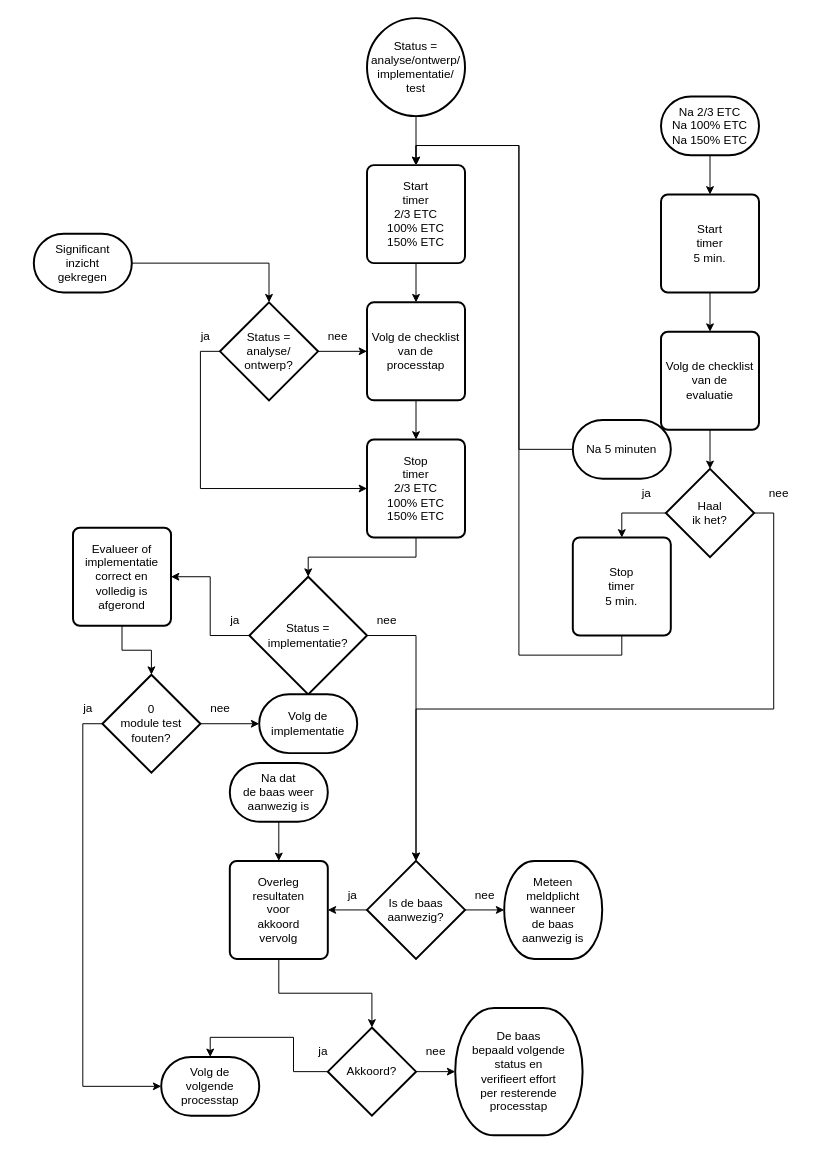
This is 2 Issue Tracker tijdtriggers.drawio from Zaibatsu89/IssueTracker, a draw.io file, before an edit. Source tidied: cells renumbered, new cells numbered last; positions are measured from the earlier drawing's top-left corner, leaving out a move shared by most shapes. Both pictures are drawn from the tidied source at 98%, with x=0, y=0 at pixel (33, 18).
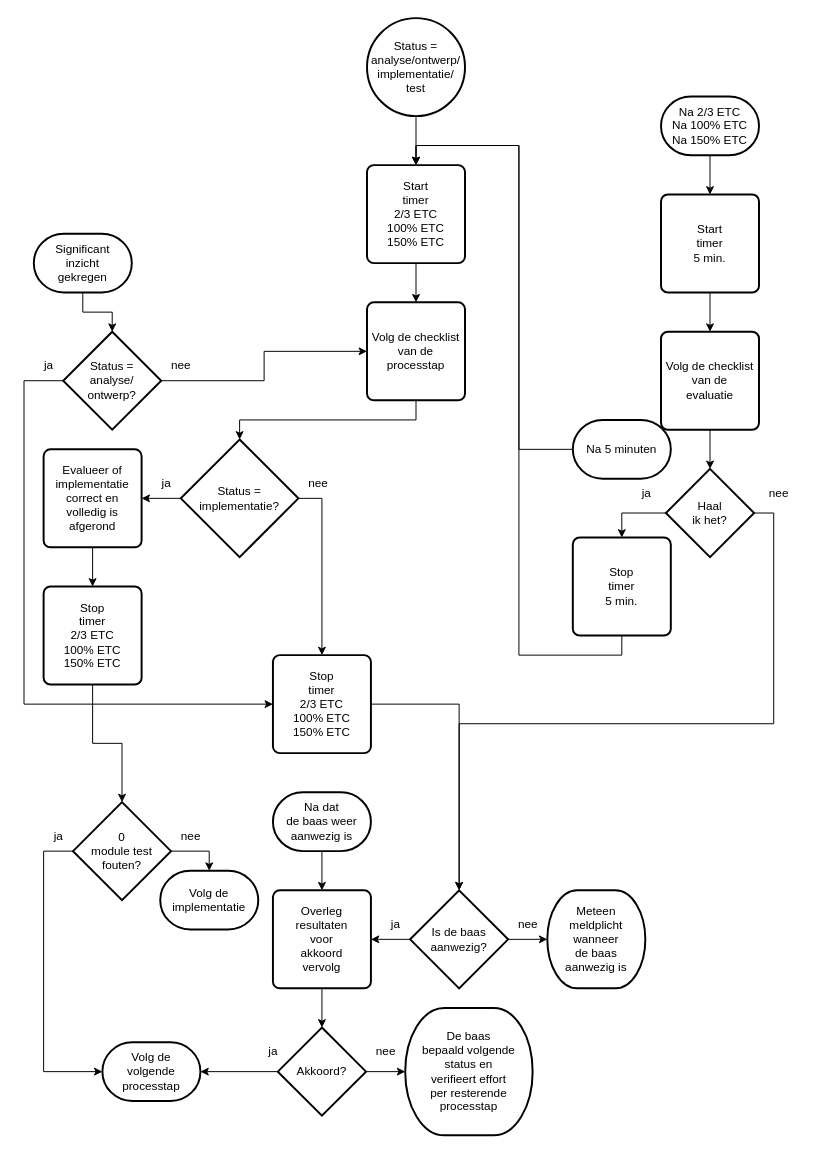
After the change.

Commit message:
flowchart: draai check en stop timer om

The change refers to these unchanged cells:
```xml
<mxCell id="7" value="Volg de checklist&lt;br&gt;van de&lt;br&gt;processtap" style="rounded=1;whiteSpace=wrap;html=1;absoluteArcSize=1;arcSize=14;strokeWidth=2;" parent="1" vertex="1">
  <mxGeometry x="340" y="290" width="100" height="100" as="geometry" />
</mxCell>
<mxCell id="43" value="Significant&lt;div&gt;inzicht&lt;/div&gt;&lt;div&gt;gekregen&lt;/div&gt;" style="strokeWidth=2;html=1;shape=mxgraph.flowchart.terminator;whiteSpace=wrap;" parent="1" vertex="1">
  <mxGeometry y="220" width="100" height="60" as="geometry" />
</mxCell>
```

What changed in the source:
```diff
@@
-    <mxCell id="6" style="edgeStyle=orthogonalEdgeStyle;rounded=0;jettySize=auto;html=1;" parent="1" edge="1" source="7" target="18">
-      <mxGeometry relative="1" as="geometry" />
-    </mxCell>
@@
     <mxCell id="8" value="Akkoord?" style="strokeWidth=2;html=1;shape=mxgraph.flowchart.decision;whiteSpace=wrap;" parent="1" vertex="1">
-      <mxGeometry x="300" y="1030" width="90" height="90" as="geometry" />
+      <mxGeometry x="249" y="1030" width="90" height="90" as="geometry" />
     </mxCell>
-    <mxCell id="9" style="edgeStyle=orthogonalEdgeStyle;rounded=0;jettySize=auto;html=1;exitX=0;exitY=0.5;exitDx=0;exitDy=0;exitPerimeter=0;entryX=0.5;entryY=0;entryDx=0;entryDy=0;entryPerimeter=0;" parent="1" edge="1" source="8" target="11">
-      <mxGeometry relative="1" as="geometry" />
-    </mxCell>
     <mxCell id="10" value="ja" style="text;html=1;align=center;verticalAlign=middle;strokeColor=none;fillColor=none;" parent="1" vertex="1">
-      <mxGeometry x="280" y="1040" width="30" height="30" as="geometry" />
+      <mxGeometry x="229" y="1040" width="30" height="30" as="geometry" />
     </mxCell>
     <mxCell id="11" value="Volg de&lt;br&gt;volgende&lt;br&gt;processtap" style="strokeWidth=2;html=1;shape=mxgraph.flowchart.terminator;whiteSpace=wrap;" parent="1" vertex="1">
-      <mxGeometry x="130" y="1060" width="100" height="60" as="geometry" />
+      <mxGeometry x="70" y="1045" width="100" height="60" as="geometry" />
     </mxCell>
     <mxCell id="12" value="De baas&lt;br&gt;bepaald volgende&lt;br&gt;status en&lt;br&gt;verifieert effort&lt;br&gt;per resterende&lt;br&gt;processtap" style="strokeWidth=2;html=1;shape=mxgraph.flowchart.terminator;whiteSpace=wrap;" parent="1" vertex="1">
-      <mxGeometry x="430" y="1010" width="130" height="130" as="geometry" />
+      <mxGeometry x="379" y="1010" width="130" height="130" as="geometry" />
     </mxCell>
     <mxCell id="13" value="nee" style="text;html=1;align=center;verticalAlign=middle;strokeColor=none;fillColor=none;" parent="1" vertex="1">
-      <mxGeometry x="390" y="1040" width="40" height="30" as="geometry" />
+      <mxGeometry x="339" y="1040" width="40" height="30" as="geometry" />
     </mxCell>
@@
     <mxCell id="18" value="Stop&lt;br&gt;timer&lt;br&gt;2/3 ETC&lt;br&gt;100% ETC&lt;br&gt;150% ETC" style="rounded=1;whiteSpace=wrap;html=1;absoluteArcSize=1;arcSize=14;strokeWidth=2;" parent="1" vertex="1">
-      <mxGeometry x="340" y="430" width="100" height="100" as="geometry" />
+      <mxGeometry x="244" y="650" width="100" height="100" as="geometry" />
     </mxCell>
@@
     <mxCell id="33" value="Is de baas&lt;br&gt;aanwezig?" style="strokeWidth=2;html=1;shape=mxgraph.flowchart.decision;whiteSpace=wrap;" parent="1" vertex="1">
-      <mxGeometry x="340" y="860" width="100" height="100" as="geometry" />
+      <mxGeometry x="384" y="890" width="100" height="100" as="geometry" />
     </mxCell>
     <mxCell id="34" value="Meteen&lt;br&gt;meldplicht&lt;br&gt;wanneer&lt;br&gt;de baas&lt;br&gt;aanwezig is" style="strokeWidth=2;html=1;shape=mxgraph.flowchart.terminator;whiteSpace=wrap;" parent="1" vertex="1">
-      <mxGeometry x="480" y="860" width="100" height="100" as="geometry" />
+      <mxGeometry x="524" y="890" width="100" height="100" as="geometry" />
     </mxCell>
     <mxCell id="35" value="ja" style="text;html=1;align=center;verticalAlign=middle;strokeColor=none;fillColor=none;" parent="1" vertex="1">
-      <mxGeometry x="310" y="880" width="30" height="30" as="geometry" />
+      <mxGeometry x="354" y="910" width="30" height="30" as="geometry" />
     </mxCell>
     <mxCell id="36" value="nee" style="text;html=1;align=center;verticalAlign=middle;strokeColor=none;fillColor=none;" parent="1" vertex="1">
-      <mxGeometry x="440" y="880" width="40" height="30" as="geometry" />
+      <mxGeometry x="484" y="910" width="40" height="30" as="geometry" />
     </mxCell>
@@
     <mxCell id="39" value="Na dat&lt;br&gt;de baas weer aanwezig is" style="strokeWidth=2;html=1;shape=mxgraph.flowchart.terminator;whiteSpace=wrap;" parent="1" vertex="1">
-      <mxGeometry x="200" y="760" width="100" height="60" as="geometry" />
+      <mxGeometry x="244" y="790" width="100" height="60" as="geometry" />
     </mxCell>
     <mxCell id="40" value="Overleg&lt;div&gt;resultaten&lt;/div&gt;&lt;div&gt;voor&lt;/div&gt;&lt;div&gt;akkoord&lt;/div&gt;&lt;div&gt;vervolg&lt;/div&gt;" style="rounded=1;whiteSpace=wrap;html=1;absoluteArcSize=1;arcSize=14;strokeWidth=2;" parent="1" vertex="1">
-      <mxGeometry x="200" y="860" width="100" height="100" as="geometry" />
+      <mxGeometry x="244" y="890" width="100" height="100" as="geometry" />
     </mxCell>
@@
     <mxCell id="44" style="edgeStyle=orthogonalEdgeStyle;rounded=0;jettySize=auto;html=1;exitX=0;exitY=0.5;exitDx=0;exitDy=0;exitPerimeter=0;entryX=0;entryY=0.5;entryDx=0;entryDy=0;" parent="1" edge="1" source="46" target="18">
-      <mxGeometry relative="1" as="geometry" />
+      <mxGeometry relative="1" as="geometry">
+        <Array as="points">
+          <mxPoint x="-10" y="370" />
+          <mxPoint x="-10" y="700" />
+        </Array>
+      </mxGeometry>
     </mxCell>
@@
     <mxCell id="46" value="Status =&lt;br&gt;analyse/&lt;br&gt;ontwerp?" style="strokeWidth=2;html=1;shape=mxgraph.flowchart.decision;whiteSpace=wrap;" parent="1" vertex="1">
-      <mxGeometry x="190" y="290" width="100" height="100" as="geometry" />
+      <mxGeometry x="30" y="320" width="100" height="100" as="geometry" />
     </mxCell>
-    <mxCell id="47" style="edgeStyle=orthogonalEdgeStyle;rounded=0;jettySize=auto;html=1;exitX=1;exitY=0.5;exitDx=0;exitDy=0;exitPerimeter=0;entryX=0.5;entryY=0;entryDx=0;entryDy=0;entryPerimeter=0;" parent="1" edge="1" source="43" target="46">
+    <mxCell id="47" style="edgeStyle=orthogonalEdgeStyle;rounded=0;jettySize=auto;html=1;exitX=0.5;exitY=1;exitDx=0;exitDy=0;exitPerimeter=0;entryX=0.5;entryY=0;entryDx=0;entryDy=0;entryPerimeter=0;" parent="1" edge="1" source="43" target="46">
       <mxGeometry relative="1" as="geometry" />
     </mxCell>
     <mxCell id="48" value="nee" style="text;html=1;align=center;verticalAlign=middle;strokeColor=none;fillColor=none;" parent="1" vertex="1">
-      <mxGeometry x="290" y="310" width="40" height="30" as="geometry" />
+      <mxGeometry x="130" y="340" width="40" height="30" as="geometry" />
     </mxCell>
     <mxCell id="49" value="ja" style="text;html=1;align=center;verticalAlign=middle;strokeColor=none;fillColor=none;" parent="1" vertex="1">
-      <mxGeometry x="160" y="310" width="30" height="30" as="geometry" />
+      <mxGeometry y="340" width="30" height="30" as="geometry" />
     </mxCell>
+    <mxCell id="64" style="edgeStyle=orthogonalEdgeStyle;rounded=0;jettySize=auto;html=1;" parent="1" edge="1" source="50" target="67">
+      <mxGeometry relative="1" as="geometry" />
+    </mxCell>
     <mxCell id="50" value="Evalueer of&lt;br&gt;implementatie&lt;br&gt;correct en&lt;br&gt;volledig is&lt;br&gt;afgerond" style="rounded=1;whiteSpace=wrap;html=1;absoluteArcSize=1;arcSize=14;strokeWidth=2;" parent="1" vertex="1">
-      <mxGeometry x="40" y="520" width="100" height="100" as="geometry" />
+      <mxGeometry x="10" y="440" width="100" height="100" as="geometry" />
     </mxCell>
-    <mxCell id="51" style="edgeStyle=orthogonalEdgeStyle;rounded=0;jettySize=auto;html=1;" parent="1" edge="1" source="52" target="63">
+    <mxCell id="51" style="edgeStyle=orthogonalEdgeStyle;rounded=0;jettySize=auto;html=1;exitX=1;exitY=0.5;exitDx=0;exitDy=0;exitPerimeter=0;" parent="1" edge="1" source="52" target="63">
       <mxGeometry relative="1" as="geometry" />
     </mxCell>
     <mxCell id="52" value="0&lt;br&gt;module test&lt;br&gt;fouten?" style="strokeWidth=2;html=1;shape=mxgraph.flowchart.decision;whiteSpace=wrap;" parent="1" vertex="1">
-      <mxGeometry x="70" y="670" width="100" height="100" as="geometry" />
+      <mxGeometry x="40" y="800" width="100" height="100" as="geometry" />
     </mxCell>
     <mxCell id="53" style="edgeStyle=orthogonalEdgeStyle;rounded=0;jettySize=auto;html=1;entryX=0;entryY=0.5;entryDx=0;entryDy=0;entryPerimeter=0;exitX=0;exitY=0.5;exitDx=0;exitDy=0;exitPerimeter=0;" parent="1" edge="1" source="52" target="11">
-      <mxGeometry relative="1" as="geometry" />
+      <mxGeometry relative="1" as="geometry">
+        <Array as="points">
+          <mxPoint x="10" y="850" />
+          <mxPoint x="10" y="1075" />
+        </Array>
+      </mxGeometry>
     </mxCell>
     <mxCell id="54" value="ja" style="text;html=1;align=center;verticalAlign=middle;strokeColor=none;fillColor=none;" parent="1" vertex="1">
-      <mxGeometry x="40" y="690" width="30" height="30" as="geometry" />
+      <mxGeometry x="10" y="820" width="30" height="30" as="geometry" />
     </mxCell>
     <mxCell id="55" value="nee" style="text;html=1;align=center;verticalAlign=middle;strokeColor=none;fillColor=none;" parent="1" vertex="1">
-      <mxGeometry x="170" y="690" width="40" height="30" as="geometry" />
+      <mxGeometry x="140" y="820" width="40" height="30" as="geometry" />
     </mxCell>
-    <mxCell id="56" style="edgeStyle=orthogonalEdgeStyle;rounded=0;jettySize=auto;html=1;entryX=0.5;entryY=0;entryDx=0;entryDy=0;entryPerimeter=0;" parent="1" edge="1" source="18" target="58">
-      <mxGeometry relative="1" as="geometry" />
-    </mxCell>
@@
+    <mxCell id="65" style="edgeStyle=orthogonalEdgeStyle;rounded=0;jettySize=auto;html=1;exitX=1;exitY=0.5;exitDx=0;exitDy=0;exitPerimeter=0;entryX=0.5;entryY=0;entryDx=0;entryDy=0;" parent="1" edge="1" source="58" target="18">
+      <mxGeometry relative="1" as="geometry" />
+    </mxCell>
     <mxCell id="58" value="Status =&lt;br&gt;implementatie?" style="strokeWidth=2;html=1;shape=mxgraph.flowchart.decision;whiteSpace=wrap;" parent="1" vertex="1">
-      <mxGeometry x="220" y="570" width="120" height="120" as="geometry" />
+      <mxGeometry x="150" y="430" width="120" height="120" as="geometry" />
     </mxCell>
-    <mxCell id="59" style="edgeStyle=orthogonalEdgeStyle;rounded=0;jettySize=auto;html=1;exitX=0.5;exitY=1;exitDx=0;exitDy=0;entryX=0.5;entryY=0;entryDx=0;entryDy=0;entryPerimeter=0;" parent="1" edge="1" source="50" target="52">
-      <mxGeometry relative="1" as="geometry" />
-    </mxCell>
-    <mxCell id="60" style="edgeStyle=orthogonalEdgeStyle;rounded=0;jettySize=auto;html=1;exitX=1;exitY=0.5;exitDx=0;exitDy=0;exitPerimeter=0;entryX=0.5;entryY=0;entryDx=0;entryDy=0;entryPerimeter=0;" parent="1" edge="1" source="58" target="33">
-      <mxGeometry relative="1" as="geometry" />
-    </mxCell>
     <mxCell id="61" value="nee" style="text;html=1;align=center;verticalAlign=middle;strokeColor=none;fillColor=none;" parent="1" vertex="1">
-      <mxGeometry x="340" y="600" width="40" height="30" as="geometry" />
+      <mxGeometry x="270" y="460" width="40" height="30" as="geometry" />
     </mxCell>
     <mxCell id="62" value="ja" style="text;html=1;align=center;verticalAlign=middle;strokeColor=none;fillColor=none;" parent="1" vertex="1">
-      <mxGeometry x="190" y="600" width="30" height="30" as="geometry" />
+      <mxGeometry x="120" y="460" width="30" height="30" as="geometry" />
     </mxCell>
     <mxCell id="63" value="Volg de&lt;br&gt;implementatie" style="strokeWidth=2;html=1;shape=mxgraph.flowchart.terminator;whiteSpace=wrap;" parent="1" vertex="1">
-      <mxGeometry x="230" y="690" width="100" height="60" as="geometry" />
+      <mxGeometry x="129" y="870" width="100" height="60" as="geometry" />
     </mxCell>
+    <mxCell id="66" style="edgeStyle=orthogonalEdgeStyle;rounded=0;jettySize=auto;html=1;entryX=0.5;entryY=0;entryDx=0;entryDy=0;entryPerimeter=0;" parent="1" edge="1" source="18" target="33">
+      <mxGeometry relative="1" as="geometry" />
+    </mxCell>
+    <mxCell id="67" value="Stop&lt;br&gt;timer&lt;br&gt;2/3 ETC&lt;br&gt;100% ETC&lt;br&gt;150% ETC" style="rounded=1;whiteSpace=wrap;html=1;absoluteArcSize=1;arcSize=14;strokeWidth=2;" parent="1" vertex="1">
+      <mxGeometry x="10" y="580" width="100" height="100" as="geometry" />
+    </mxCell>
+    <mxCell id="68" style="edgeStyle=orthogonalEdgeStyle;rounded=0;jettySize=auto;html=1;exitX=0.5;exitY=1;exitDx=0;exitDy=0;entryX=0.5;entryY=0;entryDx=0;entryDy=0;entryPerimeter=0;" parent="1" edge="1" source="67" target="52">
+      <mxGeometry relative="1" as="geometry" />
+    </mxCell>
+    <mxCell id="9" style="edgeStyle=orthogonalEdgeStyle;rounded=0;jettySize=auto;html=1;exitX=0;exitY=0.5;exitDx=0;exitDy=0;exitPerimeter=0;entryX=1;entryY=0.5;entryDx=0;entryDy=0;entryPerimeter=0;" parent="1" edge="1" source="8" target="11">
+      <mxGeometry relative="1" as="geometry" />
+    </mxCell>
+    <mxCell id="69" style="edgeStyle=orthogonalEdgeStyle;rounded=0;jettySize=auto;html=1;entryX=0.5;entryY=0;entryDx=0;entryDy=0;entryPerimeter=0;" parent="1" edge="1" source="7" target="58">
+      <mxGeometry relative="1" as="geometry">
+        <Array as="points">
+          <mxPoint x="390" y="410" />
+          <mxPoint x="210" y="410" />
+        </Array>
+      </mxGeometry>
+    </mxCell>
```
